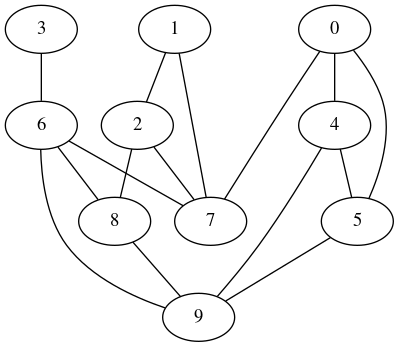
This is compo_connexes/graphviz/exempleCouplesGraphe.png from LilianHERTEL/Labyrinthe-parcours-en-C, a Graphviz export, as it was before one commit. Its source is kept beside it as compo_connexes/graphviz/exempleCouplesGraphe.dot.
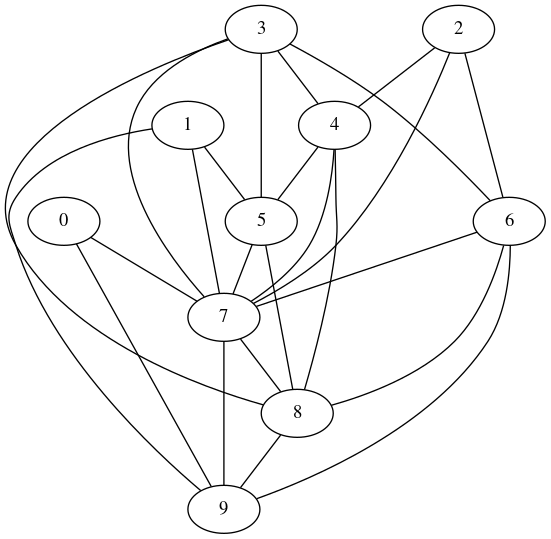
The same diagram one commit later.

Change to the diagram source:
```diff
@@ -1,49 +1,59 @@
 graph exempleCouplesGraphe {
-	graph [bb="0,0,291,252"];
+	graph [bb="0,0,404.93,396"];
 	node [label="\N"];
 	0	 [height=0.5,
-		pos="247,234",
+		pos="43.931,234",
+		width=0.75];
+	7	 [height=0.5,
+		pos="163.93,162",
+		width=0.75];
+	0 -- 7	 [pos="64.016,221.95 86.168,208.66 121.6,187.4 143.78,174.09"];
+	9	 [height=0.5,
+		pos="163.93,18",
+		width=0.75];
+	0 -- 9	 [pos="53.347,217.05 75.724,176.77 131.89,75.668 154.39,35.169"];
+	1	 [height=0.5,
+		pos="136.93,306",
+		width=0.75];
+	5	 [height=0.5,
+		pos="191.93,234",
+		width=0.75];
+	1 -- 5	 [pos="149.41,289.66 158.41,277.88 170.51,262.04 179.5,250.27"];
+	1 -- 7	 [pos="140.3,288.05 145.47,260.46 155.32,207.9 160.52,180.17"];
+	1 -- 9	 [pos="109.97,303.32 79.311,298.68 30.596,286.06 7.9311,252 -0.93314,238.68 3.0432,231.24 7.9311,216 34.134,134.33 111.66,61.651 146.56,\
+32.072"];
+	2	 [height=0.5,
+		pos="339.93,378",
 		width=0.75];
 	4	 [height=0.5,
-		pos="247,162",
+		pos="246.93,306",
 		width=0.75];
-	0 -- 4	 [pos="247,215.83 247,205 247,191.29 247,180.41"];
-	5	 [height=0.5,
-		pos="264,90",
+	2 -- 4	 [pos="322,364.12 305.53,351.37 281.26,332.58 264.81,319.84"];
+	6	 [height=0.5,
+		pos="377.93,234",
 		width=0.75];
-	0 -- 5	 [pos="261.12,218.28 269.25,208.15 278.69,194.23 283,180 290.54,155.09 280.78,125.41 272.69,107.14"];
-	7	 [height=0.5,
-		pos="154,90",
+	2 -- 6	 [pos="344.67,360.05 351.95,332.46 365.82,279.9 373.14,252.17"];
+	2 -- 7	 [pos="333.26,360.4 320.55,328.6 290.29,260.75 247.93,216 230.05,197.11 204.29,181.82 186.01,172.39"];
+	3	 [height=0.5,
+		pos="191.93,378",
 		width=0.75];
-	0 -- 7	 [pos="235.87,217.52 228.71,206.86 219.23,192.66 211,180 194.47,154.57 175.73,124.78 164.39,106.66"];
-	1	 [height=0.5,
-		pos="127,234",
+	3 -- 4	 [pos="204.41,361.66 213.41,349.88 225.51,334.04 234.5,322.27"];
+	3 -- 5	 [pos="191.93,359.76 191.93,332.06 191.93,279.7 191.93,252.09"];
+	3 -- 6	 [pos="213.38,367.04 232.38,356.92 260.5,340.94 282.93,324 313.93,300.58 345.9,268.29 363.72,249.43"];
+	3 -- 7	 [pos="166.77,370.82 145.02,363.13 114.93,348.58 100.93,324 72.112,273.39 122.55,207.01 149.13,177.41"];
+	8	 [height=0.5,
+		pos="218.93,90",
 		width=0.75];
-	2	 [height=0.5,
-		pos="99,162",
-		width=0.75];
-	1 -- 2	 [pos="120.22,216.57 115.85,205.33 110.19,190.77 105.81,179.52"];
-	1 -- 7	 [pos="130.36,216.05 135.54,188.46 145.39,135.9 150.59,108.17"];
-	2 -- 7	 [pos="111.48,145.66 120.48,133.88 132.58,118.04 141.57,106.27"];
-	8	 [height=0.5,
-		pos="82,90",
-		width=0.75];
-	2 -- 8	 [pos="94.798,144.2 92.182,133.13 88.83,118.93 86.213,107.84"];
-	3	 [height=0.5,
-		pos="27,234",
-		width=0.75];
-	6	 [height=0.5,
-		pos="27,162",
-		width=0.75];
-	3 -- 6	 [pos="27,215.83 27,205 27,191.29 27,180.41"];
-	4 -- 5	 [pos="251.2,144.2 253.82,133.13 257.17,118.93 259.79,107.84"];
-	9	 [height=0.5,
-		pos="145,18",
-		width=0.75];
-	4 -- 9	 [pos="237.13,144.98 226.23,126.56 207.86,96.515 190,72 180.23,58.586 168.14,44.184 158.95,33.63"];
-	5 -- 9	 [pos="243.81,77.786 221.93,64.546 187.21,43.537 165.29,30.274"];
-	6 -- 7	 [pos="47.687,150.27 71.304,136.88 109.71,115.11 133.32,101.72"];
-	6 -- 8	 [pos="39.48,145.66 48.481,133.88 60.579,118.04 69.569,106.27"];
-	6 -- 9	 [pos="26.533,143.98 26.924,124.42 30.269,93.139 46,72 64.233,47.498 97.007,32.806 119.83,25.066"];
-	8 -- 9	 [pos="95.67,74.377 106.24,62.3 120.8,45.662 131.36,33.592"];
+	3 -- 8	 [pos="167.38,370.17 108.09,349.85 -34.952,291.74 7.9311,216 48.293,144.71 146.8,109.48 193.53,96.321"];
+	4 -- 5	 [pos="234.45,289.66 225.45,277.88 213.35,262.04 204.36,250.27"];
+	4 -- 7	 [pos="246.52,287.84 245.34,268.72 241.29,238.34 227.93,216 217.34,198.28 198.8,183.61 184.4,174.05"];
+	4 -- 8	 [pos="247.35,288 247.57,277.5 247.82,264 247.93,252 248.08,236 249.74,231.9 247.93,216 243.47,176.75 231.44,131.91 224.35,107.72"];
+	5 -- 7	 [pos="185.15,216.57 180.78,205.33 175.12,190.77 170.74,179.52"];
+	5 -- 8	 [pos="195.3,216.05 200.47,188.46 210.32,135.9 215.52,108.17"];
+	6 -- 7	 [pos="353.8,225.88 312.7,212.05 229.57,184.08 188.3,170.2"];
+	6 -- 8	 [pos="373.76,215.93 368.33,196.03 357.07,164.17 336.93,144 311.15,118.17 270.74,103.41 244.55,96.048"];
+	6 -- 9	 [pos="378.72,215.93 378.71,196.61 376.13,165.81 361.93,144 319.8,79.298 231.55,41.344 188.54,25.992"];
+	7 -- 8	 [pos="176.41,145.66 185.41,133.88 197.51,118.04 206.5,106.27"];
+	7 -- 9	 [pos="163.93,143.76 163.93,116.06 163.93,63.7 163.93,36.09"];
+	8 -- 9	 [pos="206.45,73.662 197.45,61.879 185.35,46.042 176.36,34.273"];
 }
```
